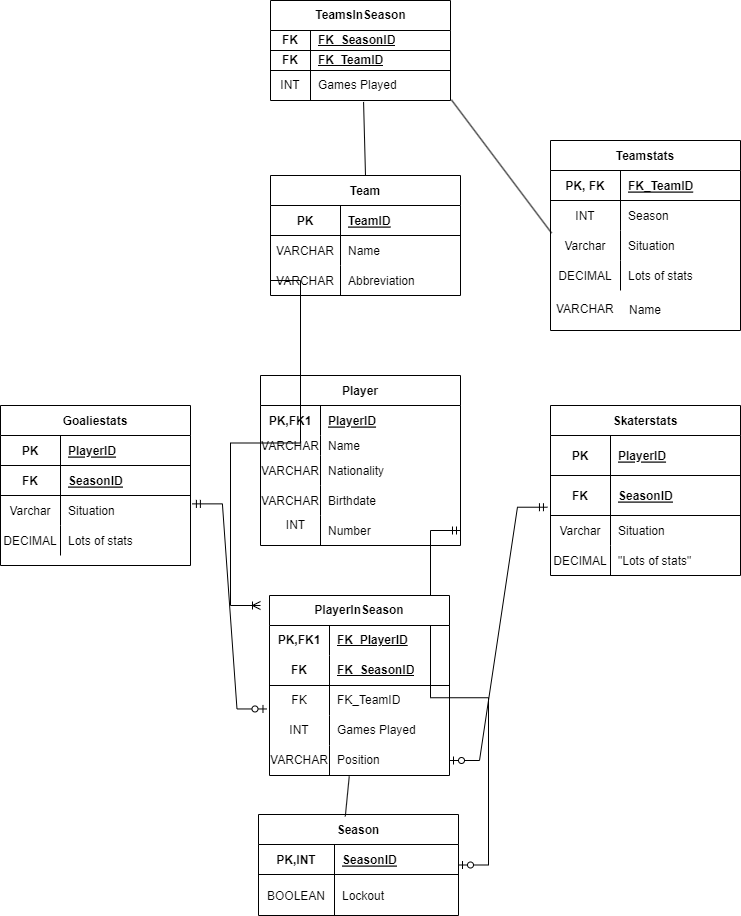
eeroryha/DBS-Harkkaty- keeps this draw.io diagram as ER-kaavio.png. Above is the earlier version. Source tidied: cells renumbered, new cells last; positions are measured from the earlier drawing's top-left corner, leaving out a move shared by most shapes.
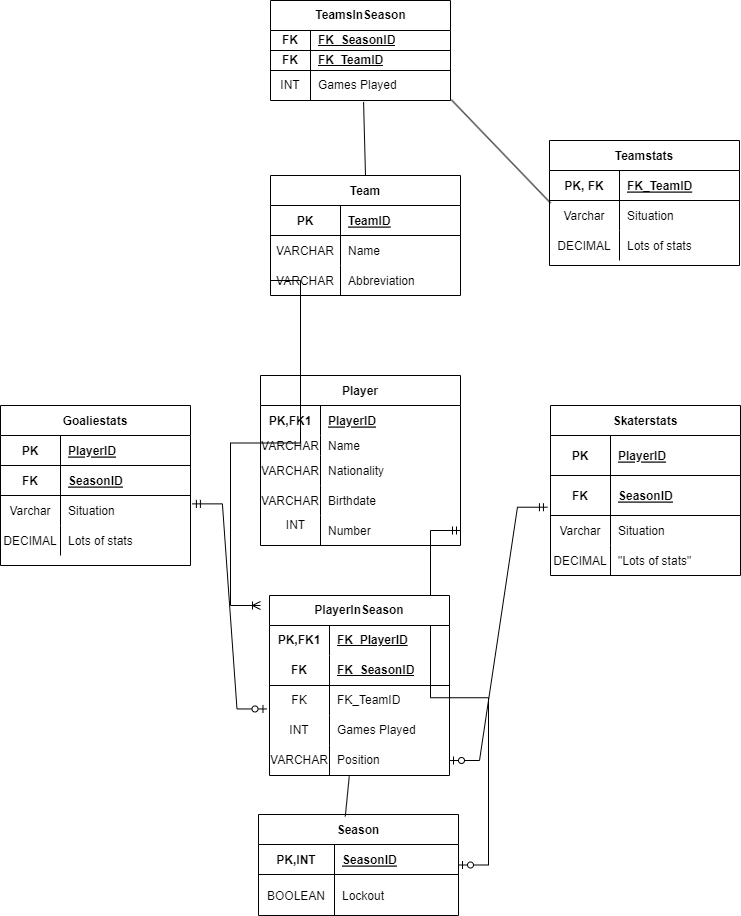
Later version of the same file.

The edit, as a diff of the source:
```diff
@@ -194,7 +194,7 @@
       <mxGeometry relative="1" as="geometry" />
     </mxCell>
     <mxCell id="65" value="Teamstats" style="shape=table;startSize=30;rowLines=0;fontStyle=1;align=center;" parent="1" vertex="1">
-      <mxGeometry x="550" y="140" width="190" height="190" as="geometry" />
+      <mxGeometry x="549" y="140" width="190" height="125" as="geometry" />
     </mxCell>
     <mxCell id="66" style="shape=tableRow;horizontal=0;startSize=0;swimlaneHead=0;swimlaneBody=0;fillColor=none;top=0;left=0;right=0;bottom=1;" parent="65" vertex="1">
       <mxGeometry y="30" width="190" height="30" as="geometry" />
@@ -205,17 +205,8 @@
     <mxCell id="68" value="FK_TeamID" style="shape=partialRectangle;fillColor=none;top=0;left=0;bottom=0;right=0;align=left;spacingLeft=6;fontStyle=5;overflow=hidden;" parent="66" vertex="1">
       <mxGeometry x="70" width="120" height="30" as="geometry" />
     </mxCell>
-    <mxCell id="69" style="shape=tableRow;horizontal=0;startSize=0;swimlaneHead=0;swimlaneBody=0;fillColor=none;top=0;left=0;right=0;bottom=0;" parent="65" vertex="1">
-      <mxGeometry y="60" width="190" height="30" as="geometry" />
-    </mxCell>
-    <mxCell id="70" value="INT" style="shape=partialRectangle;fillColor=none;top=0;left=0;bottom=0;right=0;overflow=hidden;" parent="69" vertex="1">
-      <mxGeometry width="70" height="30" as="geometry" />
-    </mxCell>
-    <mxCell id="71" value="Season" style="shape=partialRectangle;fillColor=none;top=0;left=0;bottom=0;right=0;align=left;spacingLeft=6;overflow=hidden;" parent="69" vertex="1">
-      <mxGeometry x="70" width="120" height="30" as="geometry" />
-    </mxCell>
     <mxCell id="72" style="shape=tableRow;horizontal=0;startSize=0;swimlaneHead=0;swimlaneBody=0;fillColor=none;points=[[0,0.5],[1,0.5]];portConstraint=eastwest;top=0;left=0;right=0;bottom=0;" parent="65" vertex="1">
-      <mxGeometry y="90" width="190" height="30" as="geometry" />
+      <mxGeometry y="60" width="190" height="30" as="geometry" />
     </mxCell>
     <mxCell id="73" value="Varchar" style="shape=partialRectangle;fillColor=none;top=0;left=0;bottom=0;right=0;overflow=hidden;" parent="72" vertex="1">
       <mxGeometry width="70" height="30" as="geometry" />
@@ -224,7 +215,7 @@
       <mxGeometry x="70" width="120" height="30" as="geometry" />
     </mxCell>
     <mxCell id="75" style="shape=tableRow;horizontal=0;startSize=0;swimlaneHead=0;swimlaneBody=0;fillColor=none;top=0;left=0;right=0;bottom=0;" parent="65" vertex="1">
-      <mxGeometry y="120" width="190" height="30" as="geometry" />
+      <mxGeometry y="90" width="190" height="30" as="geometry" />
     </mxCell>
     <mxCell id="76" value="DECIMAL" style="shape=partialRectangle;fillColor=none;top=0;left=0;bottom=0;right=0;overflow=hidden;" parent="75" vertex="1">
       <mxGeometry width="70" height="30" as="geometry" />
@@ -232,12 +223,6 @@
     <mxCell id="77" value="Lots of stats" style="shape=partialRectangle;fillColor=none;top=0;left=0;bottom=0;right=0;align=left;spacingLeft=6;overflow=hidden;" parent="75" vertex="1">
       <mxGeometry x="70" width="120" height="30" as="geometry" />
     </mxCell>
-    <mxCell id="78" value="Name" style="text;html=1;strokeColor=none;fillColor=none;align=center;verticalAlign=middle;whiteSpace=wrap;rounded=0;" parent="1" vertex="1">
-      <mxGeometry x="615" y="295" width="60" height="30" as="geometry" />
-    </mxCell>
-    <mxCell id="79" value="VARCHAR" style="text;strokeColor=none;fillColor=none;spacingLeft=4;spacingRight=4;overflow=hidden;fontSize=12;" parent="1" vertex="1">
-      <mxGeometry x="550" y="295" width="70" height="30" as="geometry" />
-    </mxCell>
     <mxCell id="80" value="PK" style="shape=partialRectangle;fillColor=none;top=0;left=0;bottom=0;right=0;fontStyle=1;overflow=hidden;" parent="1" vertex="1">
       <mxGeometry x="550" y="435" width="60" height="40" as="geometry" />
     </mxCell>
```
